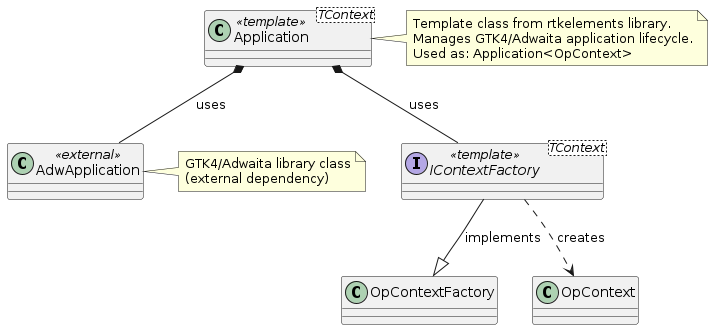
Above: Companies/Ronna/Images/Diagrams/Class_diagrams/rtkcontrol/Application_CD.png in RobertDeBiro/Cpp_Programs (PlantUML), before the change. Its diagram source:
```plantuml
@startuml Application_CD

interface "IContextFactory<TContext>" as IContextFactory <<template>> {
}

class OpContextFactory {
}

class "Application<TContext>" as Application <<template>> {
}

class AdwApplication <<external>> {
}

class OpContext {
}


IContextFactory --|> OpContextFactory : implements

Application *-down- IContextFactory : uses

Application *-down- AdwApplication : uses

IContextFactory .down.> OpContext : creates

note right of Application
  Template class from rtkelements library.
  Manages GTK4/Adwaita application lifecycle.
  Used as: Application<OpContext>
end note

note left of AdwApplication
  GTK4/Adwaita library class
  (external dependency)
end note

@enduml
```
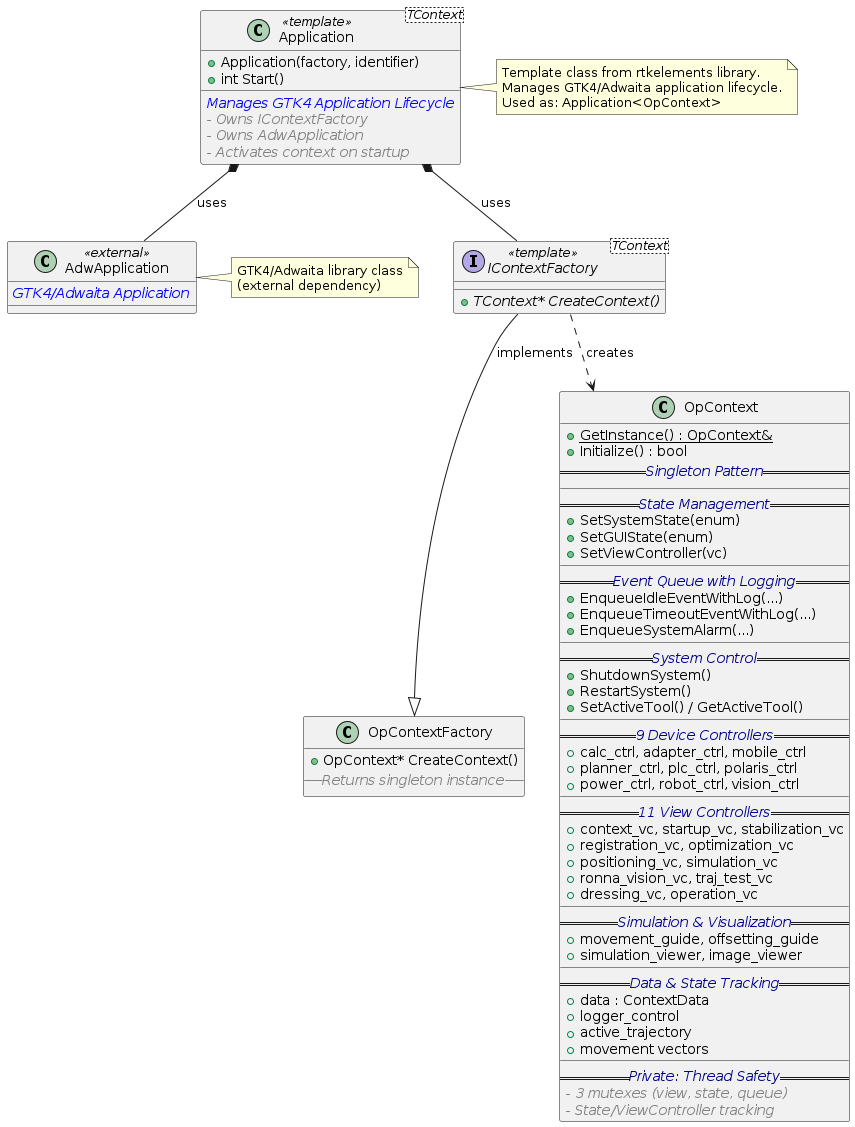
The same file after the commit.

Diff of the diagram source:
```diff
@@ -1,18 +1,73 @@
 @startuml Application_CD
 
 interface "IContextFactory<TContext>" as IContextFactory <<template>> {
+  + {abstract} TContext* CreateContext()
 }
 
 class OpContextFactory {
+  + OpContext* CreateContext()
+  __<i><color:Gray>Returns singleton instance</color></i>__
 }
 
 class "Application<TContext>" as Application <<template>> {
+  + Application(factory, identifier)
+  + int Start()
+  __
+  <i><color:Blue>Manages GTK4 Application Lifecycle</color></i>
+  <i><color:Gray>- Owns IContextFactory</color></i>
+  <i><color:Gray>- Owns AdwApplication</color></i>
+  <i><color:Gray>- Activates context on startup</color></i>
 }
 
 class AdwApplication <<external>> {
+  <i><color:Blue>GTK4/Adwaita Application</color></i>
 }
 
 class OpContext {
+  + {static} GetInstance() : OpContext&
+  + Initialize() : bool
+  ==<i><color:DarkBlue>Singleton Pattern</color></i>==
+  __
+  ==<i><color:DarkBlue>State Management</color></i>==
+  + SetSystemState(enum)
+  + SetGUIState(enum)
+  + SetViewController(vc)
+  __
+  ==<i><color:DarkBlue>Event Queue with Logging</color></i>==
+  + EnqueueIdleEventWithLog(...)
+  + EnqueueTimeoutEventWithLog(...)
+  + EnqueueSystemAlarm(...)
+  __
+  ==<i><color:DarkBlue>System Control</color></i>==
+  + ShutdownSystem()
+  + RestartSystem()
+  + SetActiveTool() / GetActiveTool()
+  __
+  ==<i><color:DarkBlue>9 Device Controllers</color></i>==
+  + calc_ctrl, adapter_ctrl, mobile_ctrl
+  + planner_ctrl, plc_ctrl, polaris_ctrl
+  + power_ctrl, robot_ctrl, vision_ctrl
+  __
+  ==<i><color:DarkBlue>11 View Controllers</color></i>==
+  + context_vc, startup_vc, stabilization_vc
+  + registration_vc, optimization_vc
+  + positioning_vc, simulation_vc
+  + ronna_vision_vc, traj_test_vc
+  + dressing_vc, operation_vc
+  __
+  ==<i><color:DarkBlue>Simulation & Visualization</color></i>==
+  + movement_guide, offsetting_guide
+  + simulation_viewer, image_viewer
+  __
+  ==<i><color:DarkBlue>Data & State Tracking</color></i>==
+  + data : ContextData
+  + logger_control
+  + active_trajectory
+  + movement vectors
+  __
+  ==<i><color:DarkBlue>Private: Thread Safety</color></i>==
+  <i><color:Gray>- 3 mutexes (view, state, queue)</color></i>
+  <i><color:Gray>- State/ViewController tracking</color></i>
 }
 
 
```
